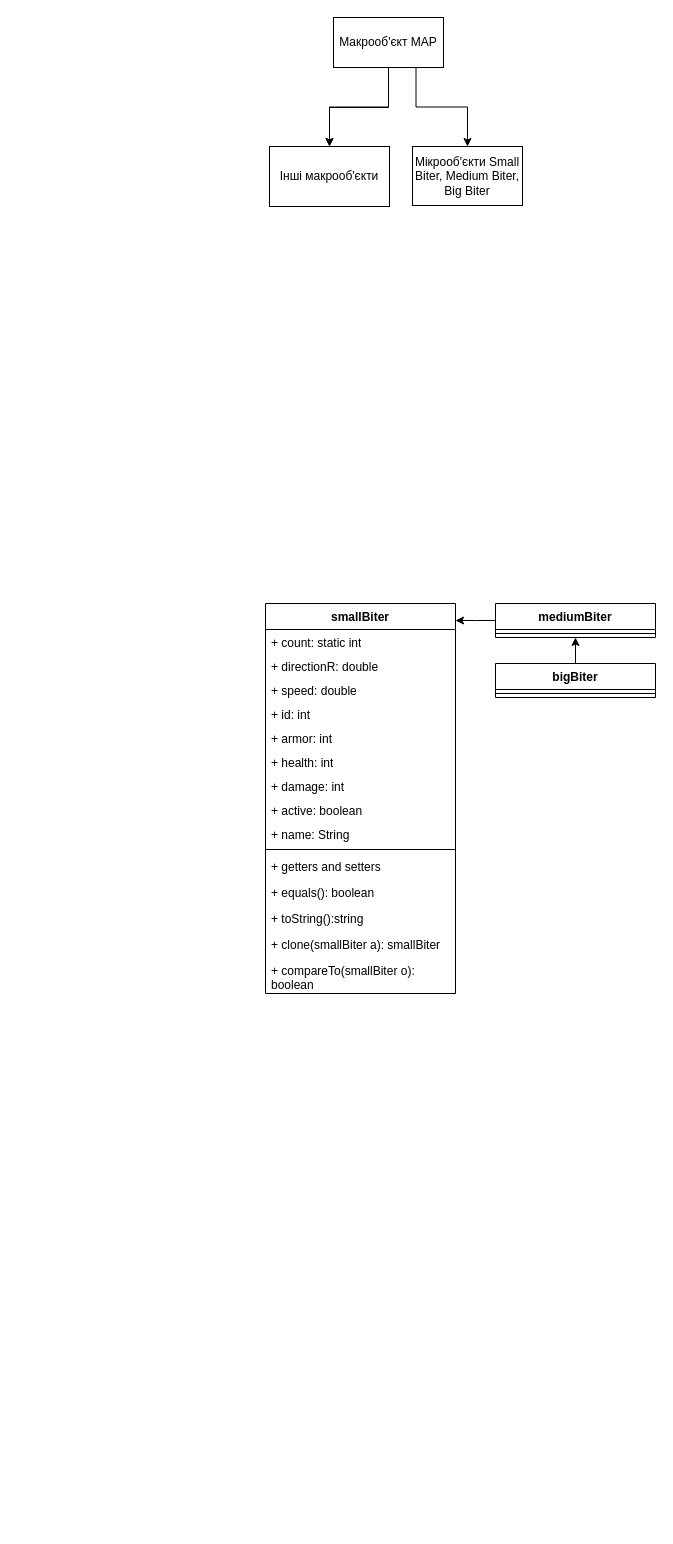
Above: oop2023_3part.drawio in TheL0br1/OOP23 (draw.io), before the change. Source tidied: cells renumbered, new cells numbered last; positions are measured from the earlier drawing's top-left corner, leaving out a move shared by most shapes. Both pictures are drawn from the tidied source at 100%, with x=0, y=0 at pixel (265, 17).
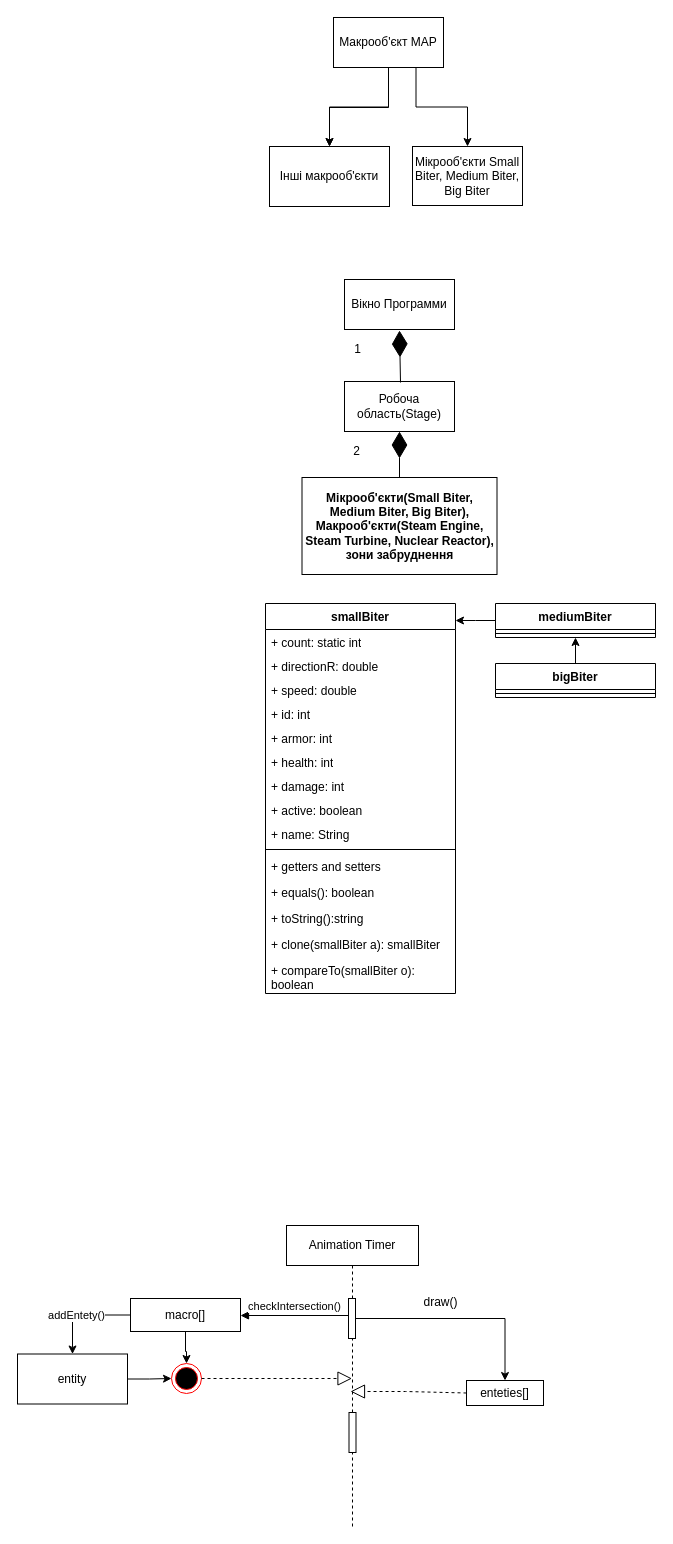
After the change.

The edit, as a diff of the source:
```diff
@@
+    <mxCell id="30" value="Вікно Программи" style="html=1;whiteSpace=wrap;" parent="1" vertex="1">
+      <mxGeometry x="79" y="262" width="110" height="50" as="geometry" />
+    </mxCell>
+    <mxCell id="31" value="Робоча область(Stage)" style="html=1;whiteSpace=wrap;" parent="1" vertex="1">
+      <mxGeometry x="79" y="364" width="110" height="50" as="geometry" />
+    </mxCell>
+    <mxCell id="32" value="&lt;b&gt;Мікрооб'єкти(Small Biter, Medium Biter, Big Biter), Макрооб'єкти(Steam Engine, Steam Turbine, Nuclear Reactor), зони забруднення&lt;/b&gt;" style="html=1;whiteSpace=wrap;" parent="1" vertex="1">
+      <mxGeometry x="36.5" y="460" width="195" height="97" as="geometry" />
+    </mxCell>
+    <mxCell id="33" style="endArrow=diamondThin;endFill=1;endSize=24;html=1;rounded=0;entryX=0.5;entryY=1;entryDx=0;entryDy=0;exitX=0.5;exitY=0;exitDx=0;exitDy=0;" parent="1" edge="1" source="32" target="31">
+      <mxGeometry relative="1" as="geometry" />
+    </mxCell>
+    <mxCell id="34" style="endArrow=diamondThin;endFill=1;endSize=24;html=1;rounded=0;entryX=0.5;entryY=1;entryDx=0;entryDy=0;exitX=0.5;exitY=0;exitDx=0;exitDy=0;" parent="1" edge="1">
+      <mxGeometry relative="1" as="geometry">
+        <mxPoint x="135" y="365" as="sourcePoint" />
+        <mxPoint x="134" y="313" as="targetPoint" />
+      </mxGeometry>
+    </mxCell>
+    <mxCell id="35" value="1" style="text;html=1;align=center;verticalAlign=middle;strokeColor=none;fillColor=none;" parent="1" vertex="1">
+      <mxGeometry x="79" y="319" width="25" height="26" as="geometry" />
+    </mxCell>
+    <mxCell id="36" value="2" style="text;html=1;align=center;verticalAlign=middle;strokeColor=none;fillColor=none;" parent="1" vertex="1">
+      <mxGeometry x="78" y="421" width="25" height="26" as="geometry" />
+    </mxCell>
+    <mxCell id="37" value="Animation Timer" style="shape=umlLifeline;perimeter=lifelinePerimeter;whiteSpace=wrap;html=1;outlineConnect=0;portConstraint=eastwest;newEdgeStyle={&quot;edgeStyle&quot;:&quot;elbowEdgeStyle&quot;,&quot;elbow&quot;:&quot;vertical&quot;,&quot;curved&quot;:0,&quot;rounded&quot;:0};" parent="1" vertex="1">
+      <mxGeometry x="21" y="1208" width="132" height="301" as="geometry" />
+    </mxCell>
+    <mxCell id="38" style="html=1;points=[];perimeter=orthogonalPerimeter;outlineConnect=0;targetShapes=umlLifeline;portConstraint=eastwest;newEdgeStyle={&quot;edgeStyle&quot;:&quot;elbowEdgeStyle&quot;,&quot;elbow&quot;:&quot;vertical&quot;,&quot;curved&quot;:0,&quot;rounded&quot;:0};" parent="37" vertex="1">
+      <mxGeometry x="62" y="73" width="7" height="40" as="geometry" />
+    </mxCell>
+    <mxCell id="39" style="html=1;perimeter=orthogonalPerimeter;targetShapes=umlLifeline;newEdgeStyle={&quot;edgeStyle&quot;:&quot;elbowEdgeStyle&quot;,&quot;elbow&quot;:&quot;vertical&quot;,&quot;curved&quot;:0,&quot;rounded&quot;:0};" parent="37" vertex="1">
+      <mxGeometry x="62.5" y="187" width="7" height="40" as="geometry" />
+    </mxCell>
+    <mxCell id="40" value="enteties[]" style="whiteSpace=wrap;html=1;" parent="1" vertex="1">
+      <mxGeometry x="201" y="1363" width="77" height="25" as="geometry" />
+    </mxCell>
+    <mxCell id="41" style="edgeStyle=elbowEdgeStyle;rounded=0;jettySize=auto;html=1;elbow=vertical;curved=0;" parent="1" edge="1" source="38" target="40">
+      <mxGeometry relative="1" as="geometry">
+        <Array as="points">
+          <mxPoint x="135" y="1301" />
+        </Array>
+      </mxGeometry>
+    </mxCell>
+    <mxCell id="42" style="edgeStyle=orthogonalEdgeStyle;rounded=0;jettySize=auto;html=1;entryX=0.5;entryY=0;entryDx=0;entryDy=0;" parent="1" edge="1" source="44" target="47">
+      <mxGeometry relative="1" as="geometry" />
+    </mxCell>
+    <mxCell id="43" value="addEntety()" style="edgeLabel;html=1;align=center;verticalAlign=middle;" parent="42" vertex="1">
+      <mxGeometry x="0.2" y="3" relative="1" as="geometry" />
+    </mxCell>
+    <mxCell id="44" value="macro[]" style="html=1;whiteSpace=wrap;" parent="1" vertex="1">
+      <mxGeometry x="-135" y="1281" width="110" height="33" as="geometry" />
+    </mxCell>
+    <mxCell id="45" value="draw()" style="text;html=1;align=center;verticalAlign=middle;strokeColor=none;fillColor=none;" parent="1" vertex="1">
+      <mxGeometry x="149" y="1272" width="52" height="26" as="geometry" />
+    </mxCell>
+    <mxCell id="46" style="edgeStyle=orthogonalEdgeStyle;rounded=0;jettySize=auto;html=1;exitX=1;exitY=0.5;exitDx=0;exitDy=0;" parent="1" edge="1" source="47" target="49">
+      <mxGeometry relative="1" as="geometry" />
+    </mxCell>
+    <mxCell id="47" value="entity" style="html=1;whiteSpace=wrap;" parent="1" vertex="1">
+      <mxGeometry x="-248" y="1336.5" width="110" height="50" as="geometry" />
+    </mxCell>
+    <mxCell id="48" style="edgeStyle=orthogonalEdgeStyle;rounded=0;jettySize=auto;html=1;exitX=0.5;exitY=1;exitDx=0;exitDy=0;" parent="1" edge="1" source="44" target="49">
+      <mxGeometry relative="1" as="geometry" />
+    </mxCell>
+    <mxCell id="49" style="ellipse;html=1;shape=endState;fillColor=#000000;strokeColor=#ff0000;" parent="1" vertex="1">
+      <mxGeometry x="-94" y="1346" width="30" height="30" as="geometry" />
+    </mxCell>
+    <mxCell id="50" style="endArrow=block;dashed=1;endFill=0;endSize=12;html=1;rounded=0;exitX=1;exitY=0.5;exitDx=0;exitDy=0;" parent="1" edge="1" source="49" target="37">
+      <mxGeometry relative="1" as="geometry" />
+    </mxCell>
+    <mxCell id="51" style="endArrow=block;dashed=1;endFill=0;endSize=12;html=1;rounded=0;exitX=0;exitY=0.5;exitDx=0;exitDy=0;" parent="1" edge="1" source="40">
+      <mxGeometry relative="1" as="geometry">
+        <mxPoint x="85" y="1374" as="targetPoint" />
+        <Array as="points">
+          <mxPoint x="140" y="1374" />
+        </Array>
+      </mxGeometry>
+    </mxCell>
+    <mxCell id="52" value="checkIntersection()" style="html=1;verticalAlign=bottom;endArrow=block;edgeStyle=elbowEdgeStyle;elbow=vertical;curved=0;rounded=0;entryX=1;entryY=0.5;entryDx=0;entryDy=0;" parent="1" edge="1" source="38" target="44">
+      <mxGeometry relative="1" as="geometry" />
+    </mxCell>
```
